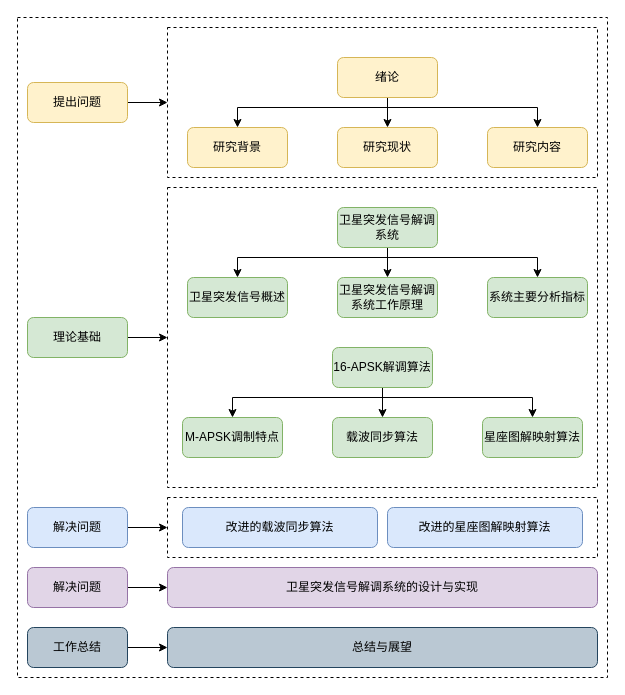
This is img/论文结构框架.drawio from Thesis7/satellite-burst-signal-demodulation-system-lab, a draw.io file, before an edit. Source tidied: cells renumbered, new cells numbered last; positions are measured from the earlier drawing's top-left corner, leaving out a move shared by most shapes. Both pictures are drawn from the tidied source at 100%, with x=0, y=0 at pixel (17, 17).
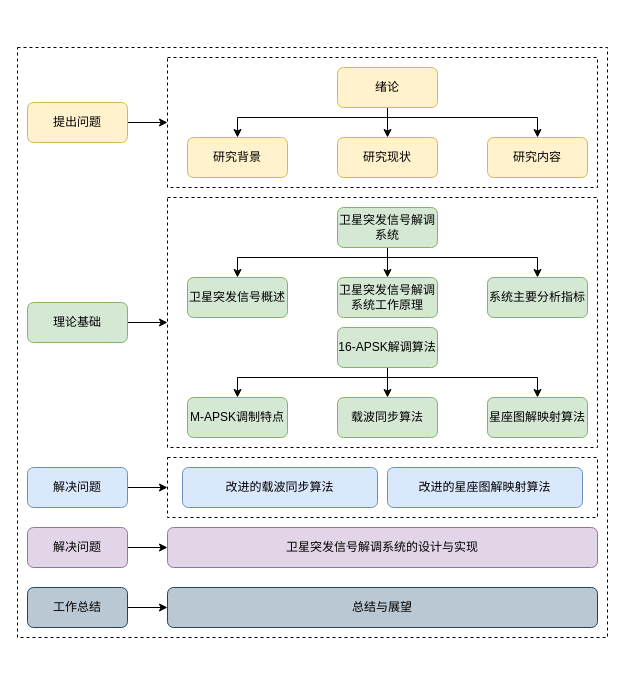
The same page after the edit.

Commit message (it also covers changes not shown here):
更新论文结构框架.drawio

The edit, as a diff of the source:
```diff
@@
     <mxCell id="2" style="rounded=0;whiteSpace=wrap;html=1;dashed=1;" parent="1" vertex="1">
-      <mxGeometry width="590" height="660" as="geometry" />
+      <mxGeometry y="30" width="590" height="590" as="geometry" />
     </mxCell>
     <mxCell id="3" style="rounded=0;whiteSpace=wrap;html=1;dashed=1;" parent="1" vertex="1">
-      <mxGeometry x="150" y="480" width="430" height="60" as="geometry" />
+      <mxGeometry x="150" y="440" width="430" height="60" as="geometry" />
     </mxCell>
     <mxCell id="4" style="rounded=0;whiteSpace=wrap;html=1;dashed=1;" parent="1" vertex="1">
-      <mxGeometry x="150" y="170" width="430" height="300" as="geometry" />
+      <mxGeometry x="150" y="180" width="430" height="250" as="geometry" />
     </mxCell>
     <mxCell id="5" style="rounded=0;whiteSpace=wrap;html=1;dashed=1;" parent="1" vertex="1">
-      <mxGeometry x="150" y="10" width="430" height="150" as="geometry" />
+      <mxGeometry x="150" y="40" width="430" height="130" as="geometry" />
     </mxCell>
@@
     <mxCell id="7" value="提出问题" style="rounded=1;whiteSpace=wrap;html=1;fillColor=#fff2cc;strokeColor=#d6b656;" parent="1" vertex="1">
-      <mxGeometry x="10" y="65" width="100" height="40" as="geometry" />
+      <mxGeometry x="10" y="85" width="100" height="40" as="geometry" />
     </mxCell>
@@
     <mxCell id="9" style="edgeStyle=orthogonalEdgeStyle;rounded=0;jettySize=auto;html=1;exitX=0.5;exitY=1;exitDx=0;exitDy=0;entryX=0.5;entryY=0;entryDx=0;entryDy=0;" parent="1" edge="1" source="11" target="12">
       <mxGeometry relative="1" as="geometry">
         <Array as="points">
-          <mxPoint x="370" y="90" />
-          <mxPoint x="220" y="90" />
+          <mxPoint x="370" y="100" />
+          <mxPoint x="220" y="100" />
         </Array>
       </mxGeometry>
     </mxCell>
     <mxCell id="10" style="edgeStyle=orthogonalEdgeStyle;rounded=0;jettySize=auto;html=1;exitX=0.5;exitY=1;exitDx=0;exitDy=0;" parent="1" edge="1" source="11" target="14">
       <mxGeometry relative="1" as="geometry">
         <Array as="points">
-          <mxPoint x="370" y="90" />
-          <mxPoint x="520" y="90" />
+          <mxPoint x="370" y="100" />
+          <mxPoint x="520" y="100" />
         </Array>
       </mxGeometry>
     </mxCell>
     <mxCell id="11" value="绪论" style="rounded=1;whiteSpace=wrap;html=1;fillColor=#fff2cc;strokeColor=#d6b656;" parent="1" vertex="1">
-      <mxGeometry x="320" y="40" width="100" height="40" as="geometry" />
+      <mxGeometry x="320" y="50" width="100" height="40" as="geometry" />
     </mxCell>
     <mxCell id="12" value="研究背景" style="rounded=1;whiteSpace=wrap;html=1;fillColor=#fff2cc;strokeColor=#d6b656;" parent="1" vertex="1">
-      <mxGeometry x="170" y="110" width="100" height="40" as="geometry" />
+      <mxGeometry x="170" y="120" width="100" height="40" as="geometry" />
     </mxCell>
     <mxCell id="13" value="研究现状" style="rounded=1;whiteSpace=wrap;html=1;fillColor=#fff2cc;strokeColor=#d6b656;" parent="1" vertex="1">
-      <mxGeometry x="320" y="110" width="100" height="40" as="geometry" />
+      <mxGeometry x="320" y="120" width="100" height="40" as="geometry" />
     </mxCell>
     <mxCell id="14" value="研究内容" style="rounded=1;whiteSpace=wrap;html=1;fillColor=#fff2cc;strokeColor=#d6b656;" parent="1" vertex="1">
-      <mxGeometry x="470" y="110" width="100" height="40" as="geometry" />
+      <mxGeometry x="470" y="120" width="100" height="40" as="geometry" />
     </mxCell>
@@
     <mxCell id="16" value="理论基础" style="rounded=1;whiteSpace=wrap;html=1;fillColor=#d5e8d4;strokeColor=#82b366;" parent="1" vertex="1">
-      <mxGeometry x="10" y="300" width="100" height="40" as="geometry" />
+      <mxGeometry x="10" y="285" width="100" height="40" as="geometry" />
     </mxCell>
@@
+    <mxCell id="26" style="edgeStyle=orthogonalEdgeStyle;rounded=0;jettySize=auto;html=1;exitX=0.5;exitY=1;exitDx=0;exitDy=0;entryX=0.5;entryY=0;entryDx=0;entryDy=0;" parent="1" edge="1" source="27" target="29">
+      <mxGeometry relative="1" as="geometry" />
+    </mxCell>
+    <mxCell id="25" style="edgeStyle=orthogonalEdgeStyle;rounded=0;jettySize=auto;html=1;exitX=0.5;exitY=1;exitDx=0;exitDy=0;entryX=0.5;entryY=0;entryDx=0;entryDy=0;" parent="1" edge="1" source="27" target="30">
+      <mxGeometry relative="1" as="geometry">
+        <Array as="points">
+          <mxPoint x="370" y="360" />
+          <mxPoint x="520" y="360" />
+        </Array>
+      </mxGeometry>
+    </mxCell>
     <mxCell id="24" style="edgeStyle=orthogonalEdgeStyle;rounded=0;jettySize=auto;html=1;exitX=0.5;exitY=1;exitDx=0;exitDy=0;entryX=0.5;entryY=0;entryDx=0;entryDy=0;" parent="1" edge="1" source="27" target="28">
       <mxGeometry relative="1" as="geometry">
         <Array as="points">
-          <mxPoint x="365" y="380" />
-          <mxPoint x="215" y="380" />
+          <mxPoint x="370" y="360" />
+          <mxPoint x="220" y="360" />
         </Array>
       </mxGeometry>
     </mxCell>
-    <mxCell id="25" style="edgeStyle=orthogonalEdgeStyle;rounded=0;jettySize=auto;html=1;exitX=0.5;exitY=1;exitDx=0;exitDy=0;" parent="1" edge="1" source="27" target="30">
-      <mxGeometry relative="1" as="geometry">
-        <Array as="points">
-          <mxPoint x="365" y="380" />
-          <mxPoint x="515" y="380" />
-        </Array>
-      </mxGeometry>
-    </mxCell>
-    <mxCell id="26" style="edgeStyle=orthogonalEdgeStyle;rounded=0;jettySize=auto;html=1;exitX=0.5;exitY=1;exitDx=0;exitDy=0;entryX=0.5;entryY=0;entryDx=0;entryDy=0;" parent="1" edge="1" source="27" target="29">
-      <mxGeometry relative="1" as="geometry" />
-    </mxCell>
     <mxCell id="27" value="16-APSK解调算法" style="rounded=1;whiteSpace=wrap;html=1;fillColor=#d5e8d4;strokeColor=#82b366;" parent="1" vertex="1">
-      <mxGeometry x="315" y="330" width="100" height="40" as="geometry" />
+      <mxGeometry x="320" y="310" width="100" height="40" as="geometry" />
     </mxCell>
     <mxCell id="28" value="M-APSK调制特点" style="rounded=1;whiteSpace=wrap;html=1;fillColor=#d5e8d4;strokeColor=#82b366;" parent="1" vertex="1">
-      <mxGeometry x="165" y="400" width="100" height="40" as="geometry" />
+      <mxGeometry x="170" y="380" width="100" height="40" as="geometry" />
     </mxCell>
     <mxCell id="29" value="载波同步算法" style="rounded=1;whiteSpace=wrap;html=1;fillColor=#d5e8d4;strokeColor=#82b366;" parent="1" vertex="1">
-      <mxGeometry x="315" y="400" width="100" height="40" as="geometry" />
+      <mxGeometry x="320" y="380" width="100" height="40" as="geometry" />
     </mxCell>
     <mxCell id="30" value="星座图解映射算法" style="rounded=1;whiteSpace=wrap;html=1;fillColor=#d5e8d4;strokeColor=#82b366;" parent="1" vertex="1">
-      <mxGeometry x="465" y="400" width="100" height="40" as="geometry" />
+      <mxGeometry x="470" y="380" width="100" height="40" as="geometry" />
     </mxCell>
@@
     <mxCell id="32" value="解决问题" style="rounded=1;whiteSpace=wrap;html=1;fillColor=#dae8fc;strokeColor=#6c8ebf;" parent="1" vertex="1">
-      <mxGeometry x="10" y="490" width="100" height="40" as="geometry" />
+      <mxGeometry x="10" y="450" width="100" height="40" as="geometry" />
     </mxCell>
     <mxCell id="33" value="改进的载波同步算法" style="rounded=1;whiteSpace=wrap;html=1;fillColor=#dae8fc;strokeColor=#6c8ebf;" parent="1" vertex="1">
-      <mxGeometry x="165" y="490" width="195" height="40" as="geometry" />
+      <mxGeometry x="165" y="450" width="195" height="40" as="geometry" />
     </mxCell>
     <mxCell id="34" value="改进的星座图解映射算法" style="rounded=1;whiteSpace=wrap;html=1;fillColor=#dae8fc;strokeColor=#6c8ebf;" parent="1" vertex="1">
-      <mxGeometry x="370" y="490" width="195" height="40" as="geometry" />
+      <mxGeometry x="370" y="450" width="195" height="40" as="geometry" />
     </mxCell>
@@
     <mxCell id="36" value="解决问题" style="rounded=1;whiteSpace=wrap;html=1;fillColor=#e1d5e7;strokeColor=#9673a6;" parent="1" vertex="1">
-      <mxGeometry x="10" y="550" width="100" height="40" as="geometry" />
+      <mxGeometry x="10" y="510" width="100" height="40" as="geometry" />
     </mxCell>
     <mxCell id="37" value="卫星突发信号解调系统的设计与实现" style="rounded=1;whiteSpace=wrap;html=1;fillColor=#e1d5e7;strokeColor=#9673a6;" parent="1" vertex="1">
-      <mxGeometry x="150" y="550" width="430" height="40" as="geometry" />
+      <mxGeometry x="150" y="510" width="430" height="40" as="geometry" />
     </mxCell>
@@
     <mxCell id="39" value="工作总结" style="rounded=1;whiteSpace=wrap;html=1;fillColor=#bac8d3;strokeColor=#23445d;" parent="1" vertex="1">
-      <mxGeometry x="10" y="610" width="100" height="40" as="geometry" />
+      <mxGeometry x="10" y="570" width="100" height="40" as="geometry" />
     </mxCell>
     <mxCell id="40" value="总结与展望" style="rounded=1;whiteSpace=wrap;html=1;fillColor=#bac8d3;strokeColor=#23445d;" parent="1" vertex="1">
-      <mxGeometry x="150" y="610" width="430" height="40" as="geometry" />
+      <mxGeometry x="150" y="570" width="430" height="40" as="geometry" />
     </mxCell>
```
